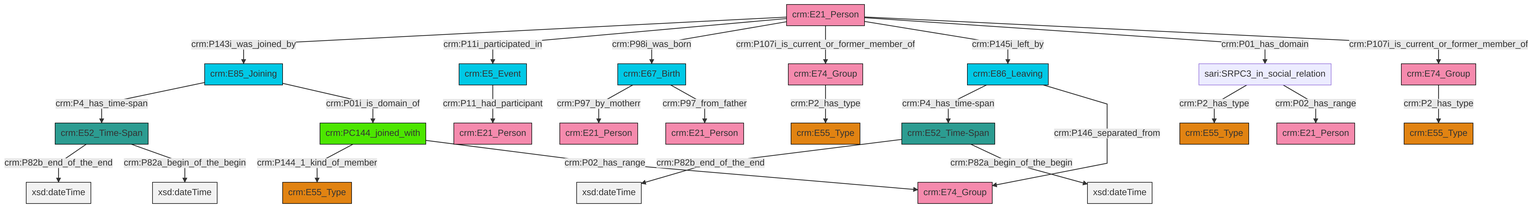
Above: et/personCSV/ttl/mmd/png/Person_Actor_Relations.png in swiss-art-research-net/reference-data-models (Mermaid), before the change. Its source is kept beside it as et/personCSV/ttl/mmd/Person_Actor_Relations.ttl.mmd.
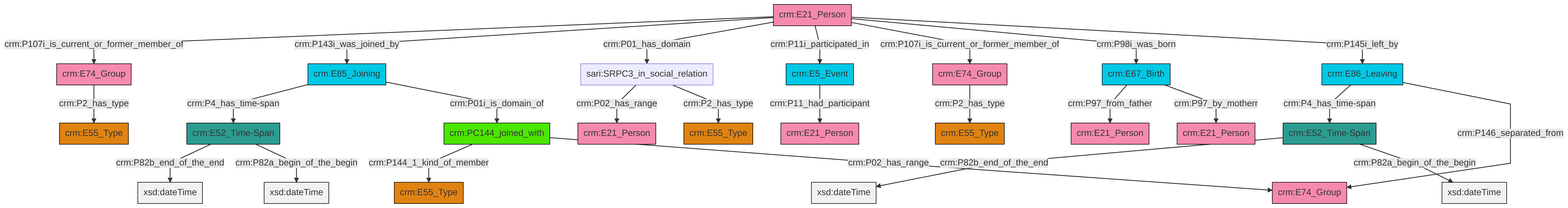
Above is the later version.

Diff of the diagram source:
```diff
@@ -13,27 +13,27 @@
 classDef PC_Classes fill:#4ce600, stroke:#000000;
 classDef Multi fill:#cccccc,stroke:#000000;
 
-4["crm:E5_Event"]:::Temporal_Entity -->|crm:P11_had_participant| 5["crm:E21_Person"]:::Actor
-6["crm:E52_Time-Span"]:::Time-Span -->|crm:P82b_end_of_the_end| 7[xsd:dateTime]:::Literal
-8["crm:E21_Person"]:::Actor -->|crm:P143i_was_joined_by| 9["crm:E85_Joining"]:::Temporal_Entity
-10["sari:SRPC3_in_social_relation"]:::Default -->|crm:P2_has_type| 0["crm:E55_Type"]:::Type
-15["crm:E74_Group"]:::Actor -->|crm:P2_has_type| 16["crm:E55_Type"]:::Type
-24["crm:PC144_joined_with"]:::PC_Classes -->|crm:P144_1_kind_of_member| 17["crm:E55_Type"]:::Type
-8["crm:E21_Person"]:::Actor -->|crm:P11i_participated_in| 4["crm:E5_Event"]:::Temporal_Entity
-8["crm:E21_Person"]:::Actor -->|crm:P98i_was_born| 2["crm:E67_Birth"]:::Temporal_Entity
-2["crm:E67_Birth"]:::Temporal_Entity -->|crm:P97_by_motherr| 27["crm:E21_Person"]:::Actor
-13["crm:E86_Leaving"]:::Temporal_Entity -->|crm:P4_has_time-span| 6["crm:E52_Time-Span"]:::Time-Span
-9["crm:E85_Joining"]:::Temporal_Entity -->|crm:P4_has_time-span| 29["crm:E52_Time-Span"]:::Time-Span
-9["crm:E85_Joining"]:::Temporal_Entity -->|crm:P01i_is_domain_of| 24["crm:PC144_joined_with"]:::PC_Classes
-29["crm:E52_Time-Span"]:::Time-Span -->|crm:P82b_end_of_the_end| 33[xsd:dateTime]:::Literal
-25["crm:E74_Group"]:::Actor -->|crm:P2_has_type| 21["crm:E55_Type"]:::Type
-8["crm:E21_Person"]:::Actor -->|crm:P107i_is_current_or_former_member_of| 25["crm:E74_Group"]:::Actor
-8["crm:E21_Person"]:::Actor -->|crm:P145i_left_by| 13["crm:E86_Leaving"]:::Temporal_Entity
-29["crm:E52_Time-Span"]:::Time-Span -->|crm:P82a_begin_of_the_begin| 38[xsd:dateTime]:::Literal
-24["crm:PC144_joined_with"]:::PC_Classes -->|crm:P02_has_range| 19["crm:E74_Group"]:::Actor
-6["crm:E52_Time-Span"]:::Time-Span -->|crm:P82a_begin_of_the_begin| 41[xsd:dateTime]:::Literal
-8["crm:E21_Person"]:::Actor -->|crm:P01_has_domain| 10["sari:SRPC3_in_social_relation"]:::Default
-2["crm:E67_Birth"]:::Temporal_Entity -->|crm:P97_from_father| 39["crm:E21_Person"]:::Actor
-8["crm:E21_Person"]:::Actor -->|crm:P107i_is_current_or_former_member_of| 15["crm:E74_Group"]:::Actor
-13["crm:E86_Leaving"]:::Temporal_Entity -->|crm:P146_separated_from| 19["crm:E74_Group"]:::Actor
-10["sari:SRPC3_in_social_relation"]:::Default -->|crm:P02_has_range| 30["crm:E21_Person"]:::Actor
+2["crm:E67_Birth"]:::Temporal_Entity -->|crm:P97_from_father| 6["crm:E21_Person"]:::Actor
+8["crm:E52_Time-Span"]:::Time-Span -->|crm:P82b_end_of_the_end| 9[xsd:dateTime]:::Literal
+10["crm:E74_Group"]:::Actor -->|crm:P2_has_type| 11["crm:E55_Type"]:::Type
+2["crm:E67_Birth"]:::Temporal_Entity -->|crm:P97_by_motherr| 14["crm:E21_Person"]:::Actor
+0["crm:E21_Person"]:::Actor -->|crm:P107i_is_current_or_former_member_of| 10["crm:E74_Group"]:::Actor
+12["crm:E85_Joining"]:::Temporal_Entity -->|crm:P4_has_time-span| 8["crm:E52_Time-Span"]:::Time-Span
+21["crm:E52_Time-Span"]:::Time-Span -->|crm:P82b_end_of_the_end| 22[xsd:dateTime]:::Literal
+17["sari:SRPC3_in_social_relation"]:::Default -->|crm:P02_has_range| 24["crm:E21_Person"]:::Actor
+12["crm:E85_Joining"]:::Temporal_Entity -->|crm:P01i_is_domain_of| 19["crm:PC144_joined_with"]:::PC_Classes
+0["crm:E21_Person"]:::Actor -->|crm:P143i_was_joined_by| 12["crm:E85_Joining"]:::Temporal_Entity
+0["crm:E21_Person"]:::Actor -->|crm:P01_has_domain| 17["sari:SRPC3_in_social_relation"]:::Default
+0["crm:E21_Person"]:::Actor -->|crm:P11i_participated_in| 33["crm:E5_Event"]:::Temporal_Entity
+27["crm:E86_Leaving"]:::Temporal_Entity -->|crm:P4_has_time-span| 21["crm:E52_Time-Span"]:::Time-Span
+19["crm:PC144_joined_with"]:::PC_Classes -->|crm:P144_1_kind_of_member| 31["crm:E55_Type"]:::Type
+27["crm:E86_Leaving"]:::Temporal_Entity -->|crm:P146_separated_from| 40["crm:E74_Group"]:::Actor
+19["crm:PC144_joined_with"]:::PC_Classes -->|crm:P02_has_range| 40["crm:E74_Group"]:::Actor
+8["crm:E52_Time-Span"]:::Time-Span -->|crm:P82a_begin_of_the_begin| 41[xsd:dateTime]:::Literal
+0["crm:E21_Person"]:::Actor -->|crm:P107i_is_current_or_former_member_of| 15["crm:E74_Group"]:::Actor
+21["crm:E52_Time-Span"]:::Time-Span -->|crm:P82a_begin_of_the_begin| 43[xsd:dateTime]:::Literal
+17["sari:SRPC3_in_social_relation"]:::Default -->|crm:P2_has_type| 4["crm:E55_Type"]:::Type
+0["crm:E21_Person"]:::Actor -->|crm:P98i_was_born| 2["crm:E67_Birth"]:::Temporal_Entity
+33["crm:E5_Event"]:::Temporal_Entity -->|crm:P11_had_participant| 37["crm:E21_Person"]:::Actor
+0["crm:E21_Person"]:::Actor -->|crm:P145i_left_by| 27["crm:E86_Leaving"]:::Temporal_Entity
+15["crm:E74_Group"]:::Actor -->|crm:P2_has_type| 29["crm:E55_Type"]:::Type
```
